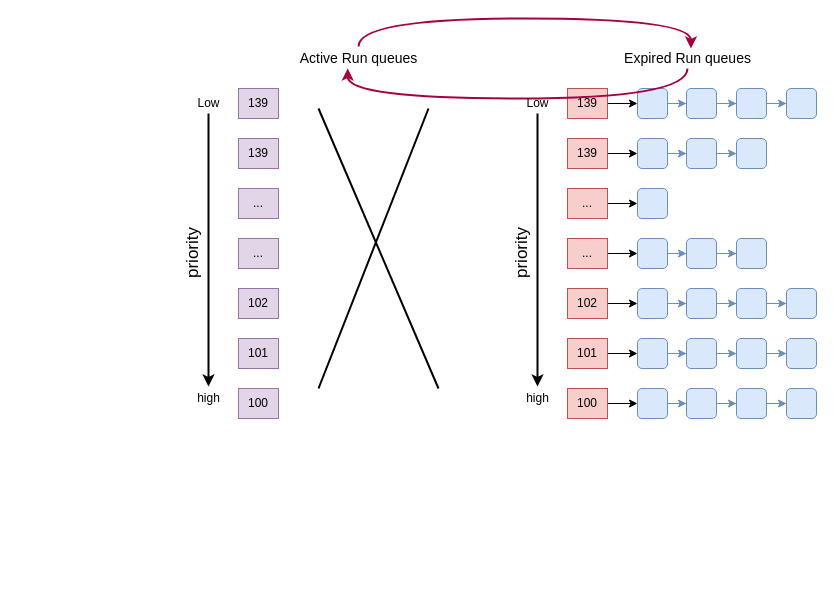
This is Scheduling-Normal-Processes.drawio from estraining/diagram-store, a draw.io file, before an edit. Source tidied: cells renumbered, new cells numbered last; positions are measured from the earlier drawing's top-left corner, leaving out a move shared by most shapes. Both pictures are drawn from the tidied source at 100%, with x=0, y=0 at pixel (158, 18).
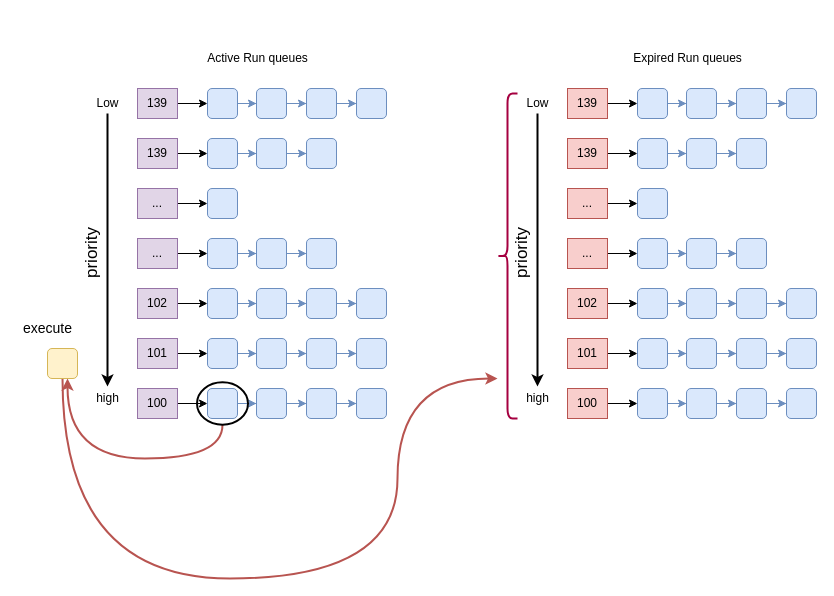
The same page after the edit.

The edit, as a diff of the source:
```diff
@@
+    <mxCell id="76" style="edgeStyle=orthogonalEdgeStyle;rounded=0;jettySize=auto;html=1;entryX=0;entryY=0.5;entryDx=0;entryDy=0;" parent="1" edge="1" source="2" target="78">
+      <mxGeometry relative="1" as="geometry" />
+    </mxCell>
     <mxCell id="2" value="139" style="rounded=0;whiteSpace=wrap;html=1;fillColor=#e1d5e7;strokeColor=#9673a6;" parent="1" vertex="1">
-      <mxGeometry x="80" y="70" width="40" height="30" as="geometry" />
+      <mxGeometry x="-21" y="70" width="40" height="30" as="geometry" />
     </mxCell>
+    <mxCell id="77" style="edgeStyle=orthogonalEdgeStyle;rounded=0;jettySize=auto;html=1;fillColor=#dae8fc;strokeColor=#6c8ebf;" parent="1" edge="1" source="78" target="80">
+      <mxGeometry relative="1" as="geometry" />
+    </mxCell>
+    <mxCell id="78" style="rounded=1;whiteSpace=wrap;html=1;fillColor=#dae8fc;strokeColor=#6c8ebf;" parent="1" vertex="1">
+      <mxGeometry x="49" y="70" width="30" height="30" as="geometry" />
+    </mxCell>
+    <mxCell id="79" style="edgeStyle=orthogonalEdgeStyle;rounded=0;jettySize=auto;html=1;fillColor=#dae8fc;strokeColor=#6c8ebf;" parent="1" edge="1" source="80" target="82">
+      <mxGeometry relative="1" as="geometry" />
+    </mxCell>
+    <mxCell id="80" style="rounded=1;whiteSpace=wrap;html=1;fillColor=#dae8fc;strokeColor=#6c8ebf;" parent="1" vertex="1">
+      <mxGeometry x="98" y="70" width="30" height="30" as="geometry" />
+    </mxCell>
+    <mxCell id="81" style="edgeStyle=orthogonalEdgeStyle;rounded=0;jettySize=auto;html=1;fillColor=#dae8fc;strokeColor=#6c8ebf;" parent="1" edge="1" source="82" target="83">
+      <mxGeometry relative="1" as="geometry" />
+    </mxCell>
+    <mxCell id="82" style="rounded=1;whiteSpace=wrap;html=1;fillColor=#dae8fc;strokeColor=#6c8ebf;" parent="1" vertex="1">
+      <mxGeometry x="148" y="70" width="30" height="30" as="geometry" />
+    </mxCell>
+    <mxCell id="83" style="rounded=1;whiteSpace=wrap;html=1;fillColor=#dae8fc;strokeColor=#6c8ebf;" parent="1" vertex="1">
+      <mxGeometry x="198" y="70" width="30" height="30" as="geometry" />
+    </mxCell>
+    <mxCell id="84" style="edgeStyle=orthogonalEdgeStyle;rounded=0;jettySize=auto;html=1;entryX=0;entryY=0.5;entryDx=0;entryDy=0;" parent="1" edge="1" source="3" target="86">
+      <mxGeometry relative="1" as="geometry" />
+    </mxCell>
     <mxCell id="3" value="139" style="rounded=0;whiteSpace=wrap;html=1;fillColor=#e1d5e7;strokeColor=#9673a6;" parent="1" vertex="1">
-      <mxGeometry x="80" y="120" width="40" height="30" as="geometry" />
+      <mxGeometry x="-21" y="120" width="40" height="30" as="geometry" />
     </mxCell>
+    <mxCell id="85" style="edgeStyle=orthogonalEdgeStyle;rounded=0;jettySize=auto;html=1;fillColor=#dae8fc;strokeColor=#6c8ebf;" parent="1" edge="1" source="86" target="88">
+      <mxGeometry relative="1" as="geometry" />
+    </mxCell>
+    <mxCell id="86" style="rounded=1;whiteSpace=wrap;html=1;fillColor=#dae8fc;strokeColor=#6c8ebf;" parent="1" vertex="1">
+      <mxGeometry x="49" y="120" width="30" height="30" as="geometry" />
+    </mxCell>
+    <mxCell id="87" style="edgeStyle=orthogonalEdgeStyle;rounded=0;jettySize=auto;html=1;fillColor=#dae8fc;strokeColor=#6c8ebf;" parent="1" edge="1" source="88" target="89">
+      <mxGeometry relative="1" as="geometry" />
+    </mxCell>
+    <mxCell id="88" style="rounded=1;whiteSpace=wrap;html=1;fillColor=#dae8fc;strokeColor=#6c8ebf;" parent="1" vertex="1">
+      <mxGeometry x="98" y="120" width="30" height="30" as="geometry" />
+    </mxCell>
+    <mxCell id="89" style="rounded=1;whiteSpace=wrap;html=1;fillColor=#dae8fc;strokeColor=#6c8ebf;" parent="1" vertex="1">
+      <mxGeometry x="148" y="120" width="30" height="30" as="geometry" />
+    </mxCell>
+    <mxCell id="90" style="edgeStyle=orthogonalEdgeStyle;rounded=0;jettySize=auto;html=1;entryX=0;entryY=0.5;entryDx=0;entryDy=0;" parent="1" edge="1" source="4" target="91">
+      <mxGeometry relative="1" as="geometry" />
+    </mxCell>
     <mxCell id="4" value="..." style="rounded=0;whiteSpace=wrap;html=1;fillColor=#e1d5e7;strokeColor=#9673a6;" parent="1" vertex="1">
-      <mxGeometry x="80" y="170" width="40" height="30" as="geometry" />
+      <mxGeometry x="-21" y="170" width="40" height="30" as="geometry" />
     </mxCell>
+    <mxCell id="91" style="rounded=1;whiteSpace=wrap;html=1;fillColor=#dae8fc;strokeColor=#6c8ebf;" parent="1" vertex="1">
+      <mxGeometry x="49" y="170" width="30" height="30" as="geometry" />
+    </mxCell>
+    <mxCell id="92" style="edgeStyle=orthogonalEdgeStyle;rounded=0;jettySize=auto;html=1;entryX=0;entryY=0.5;entryDx=0;entryDy=0;" parent="1" edge="1" source="5" target="94">
+      <mxGeometry relative="1" as="geometry" />
+    </mxCell>
     <mxCell id="5" value="..." style="rounded=0;whiteSpace=wrap;html=1;fillColor=#e1d5e7;strokeColor=#9673a6;" parent="1" vertex="1">
-      <mxGeometry x="80" y="220" width="40" height="30" as="geometry" />
+      <mxGeometry x="-21" y="220" width="40" height="30" as="geometry" />
     </mxCell>
+    <mxCell id="93" style="edgeStyle=orthogonalEdgeStyle;rounded=0;jettySize=auto;html=1;fillColor=#dae8fc;strokeColor=#6c8ebf;" parent="1" edge="1" source="94" target="96">
+      <mxGeometry relative="1" as="geometry" />
+    </mxCell>
+    <mxCell id="94" style="rounded=1;whiteSpace=wrap;html=1;fillColor=#dae8fc;strokeColor=#6c8ebf;" parent="1" vertex="1">
+      <mxGeometry x="49" y="220" width="30" height="30" as="geometry" />
+    </mxCell>
+    <mxCell id="95" style="edgeStyle=orthogonalEdgeStyle;rounded=0;jettySize=auto;html=1;fillColor=#dae8fc;strokeColor=#6c8ebf;" parent="1" edge="1" source="96" target="97">
+      <mxGeometry relative="1" as="geometry" />
+    </mxCell>
+    <mxCell id="96" style="rounded=1;whiteSpace=wrap;html=1;fillColor=#dae8fc;strokeColor=#6c8ebf;" parent="1" vertex="1">
+      <mxGeometry x="98" y="220" width="30" height="30" as="geometry" />
+    </mxCell>
+    <mxCell id="97" style="rounded=1;whiteSpace=wrap;html=1;fillColor=#dae8fc;strokeColor=#6c8ebf;" parent="1" vertex="1">
+      <mxGeometry x="148" y="220" width="30" height="30" as="geometry" />
+    </mxCell>
+    <mxCell id="98" style="edgeStyle=orthogonalEdgeStyle;rounded=0;jettySize=auto;html=1;entryX=0;entryY=0.5;entryDx=0;entryDy=0;" parent="1" edge="1" source="6" target="100">
+      <mxGeometry relative="1" as="geometry" />
+    </mxCell>
     <mxCell id="6" value="102" style="rounded=0;whiteSpace=wrap;html=1;fillColor=#e1d5e7;strokeColor=#9673a6;" parent="1" vertex="1">
-      <mxGeometry x="80" y="270" width="40" height="30" as="geometry" />
+      <mxGeometry x="-21" y="270" width="40" height="30" as="geometry" />
     </mxCell>
+    <mxCell id="99" style="edgeStyle=orthogonalEdgeStyle;rounded=0;jettySize=auto;html=1;fillColor=#dae8fc;strokeColor=#6c8ebf;" parent="1" edge="1" source="100" target="102">
+      <mxGeometry relative="1" as="geometry" />
+    </mxCell>
+    <mxCell id="100" style="rounded=1;whiteSpace=wrap;html=1;fillColor=#dae8fc;strokeColor=#6c8ebf;" parent="1" vertex="1">
+      <mxGeometry x="49" y="270" width="30" height="30" as="geometry" />
+    </mxCell>
+    <mxCell id="101" style="edgeStyle=orthogonalEdgeStyle;rounded=0;jettySize=auto;html=1;fillColor=#dae8fc;strokeColor=#6c8ebf;" parent="1" edge="1" source="102" target="104">
+      <mxGeometry relative="1" as="geometry" />
+    </mxCell>
+    <mxCell id="102" style="rounded=1;whiteSpace=wrap;html=1;fillColor=#dae8fc;strokeColor=#6c8ebf;" parent="1" vertex="1">
+      <mxGeometry x="98" y="270" width="30" height="30" as="geometry" />
+    </mxCell>
+    <mxCell id="103" style="edgeStyle=orthogonalEdgeStyle;rounded=0;jettySize=auto;html=1;fillColor=#dae8fc;strokeColor=#6c8ebf;" parent="1" edge="1" source="104" target="105">
+      <mxGeometry relative="1" as="geometry" />
+    </mxCell>
+    <mxCell id="104" style="rounded=1;whiteSpace=wrap;html=1;fillColor=#dae8fc;strokeColor=#6c8ebf;" parent="1" vertex="1">
+      <mxGeometry x="148" y="270" width="30" height="30" as="geometry" />
+    </mxCell>
+    <mxCell id="105" style="rounded=1;whiteSpace=wrap;html=1;fillColor=#dae8fc;strokeColor=#6c8ebf;" parent="1" vertex="1">
+      <mxGeometry x="198" y="270" width="30" height="30" as="geometry" />
+    </mxCell>
+    <mxCell id="106" style="edgeStyle=orthogonalEdgeStyle;rounded=0;jettySize=auto;html=1;entryX=0;entryY=0.5;entryDx=0;entryDy=0;" parent="1" edge="1" source="7" target="108">
+      <mxGeometry relative="1" as="geometry" />
+    </mxCell>
     <mxCell id="7" value="101" style="rounded=0;whiteSpace=wrap;html=1;fillColor=#e1d5e7;strokeColor=#9673a6;" parent="1" vertex="1">
-      <mxGeometry x="80" y="320" width="40" height="30" as="geometry" />
+      <mxGeometry x="-21" y="320" width="40" height="30" as="geometry" />
     </mxCell>
+    <mxCell id="107" style="edgeStyle=orthogonalEdgeStyle;rounded=0;jettySize=auto;html=1;fillColor=#dae8fc;strokeColor=#6c8ebf;" parent="1" edge="1" source="108" target="110">
+      <mxGeometry relative="1" as="geometry" />
+    </mxCell>
+    <mxCell id="108" style="rounded=1;whiteSpace=wrap;html=1;fillColor=#dae8fc;strokeColor=#6c8ebf;" parent="1" vertex="1">
+      <mxGeometry x="49" y="320" width="30" height="30" as="geometry" />
+    </mxCell>
+    <mxCell id="109" style="edgeStyle=orthogonalEdgeStyle;rounded=0;jettySize=auto;html=1;fillColor=#dae8fc;strokeColor=#6c8ebf;" parent="1" edge="1" source="110" target="112">
+      <mxGeometry relative="1" as="geometry" />
+    </mxCell>
+    <mxCell id="110" style="rounded=1;whiteSpace=wrap;html=1;fillColor=#dae8fc;strokeColor=#6c8ebf;" parent="1" vertex="1">
+      <mxGeometry x="98" y="320" width="30" height="30" as="geometry" />
+    </mxCell>
+    <mxCell id="111" style="edgeStyle=orthogonalEdgeStyle;rounded=0;jettySize=auto;html=1;fillColor=#dae8fc;strokeColor=#6c8ebf;" parent="1" edge="1" source="112" target="113">
+      <mxGeometry relative="1" as="geometry" />
+    </mxCell>
+    <mxCell id="112" style="rounded=1;whiteSpace=wrap;html=1;fillColor=#dae8fc;strokeColor=#6c8ebf;" parent="1" vertex="1">
+      <mxGeometry x="148" y="320" width="30" height="30" as="geometry" />
+    </mxCell>
+    <mxCell id="113" style="rounded=1;whiteSpace=wrap;html=1;fillColor=#dae8fc;strokeColor=#6c8ebf;" parent="1" vertex="1">
+      <mxGeometry x="198" y="320" width="30" height="30" as="geometry" />
+    </mxCell>
+    <mxCell id="114" style="edgeStyle=orthogonalEdgeStyle;rounded=0;jettySize=auto;html=1;entryX=0;entryY=0.5;entryDx=0;entryDy=0;" parent="1" edge="1" source="8" target="116">
+      <mxGeometry relative="1" as="geometry" />
+    </mxCell>
     <mxCell id="8" value="100" style="rounded=0;whiteSpace=wrap;html=1;fillColor=#e1d5e7;strokeColor=#9673a6;" parent="1" vertex="1">
-      <mxGeometry x="80" y="370" width="40" height="30" as="geometry" />
+      <mxGeometry x="-21" y="370" width="40" height="30" as="geometry" />
     </mxCell>
-    <mxCell id="9" style="edgeStyle=orthogonalEdgeStyle;curved=1;rounded=0;jettySize=auto;html=1;entryX=0.525;entryY=0;entryDx=0;entryDy=0;entryPerimeter=0;strokeWidth=2;exitX=0.5;exitY=-0.1;exitDx=0;exitDy=0;exitPerimeter=0;fillColor=#d80073;strokeColor=#A50040;" parent="1" edge="1" source="10" target="69">
-      <mxGeometry relative="1" as="geometry">
-        <Array as="points">
-          <mxPoint x="200" />
-          <mxPoint x="532" />
-        </Array>
-      </mxGeometry>
-    </mxCell>
+    <mxCell id="115" style="edgeStyle=orthogonalEdgeStyle;rounded=0;jettySize=auto;html=1;fillColor=#dae8fc;strokeColor=#6c8ebf;" parent="1" edge="1" source="116" target="118">
+      <mxGeometry relative="1" as="geometry" />
+    </mxCell>
+    <mxCell id="116" style="rounded=1;whiteSpace=wrap;html=1;fillColor=#dae8fc;strokeColor=#6c8ebf;" parent="1" vertex="1">
+      <mxGeometry x="49" y="370" width="30" height="30" as="geometry" />
+    </mxCell>
+    <mxCell id="117" style="edgeStyle=orthogonalEdgeStyle;rounded=0;jettySize=auto;html=1;fillColor=#dae8fc;strokeColor=#6c8ebf;" parent="1" edge="1" source="118" target="120">
+      <mxGeometry relative="1" as="geometry" />
+    </mxCell>
+    <mxCell id="118" style="rounded=1;whiteSpace=wrap;html=1;fillColor=#dae8fc;strokeColor=#6c8ebf;" parent="1" vertex="1">
+      <mxGeometry x="98" y="370" width="30" height="30" as="geometry" />
+    </mxCell>
+    <mxCell id="119" style="edgeStyle=orthogonalEdgeStyle;rounded=0;jettySize=auto;html=1;fillColor=#dae8fc;strokeColor=#6c8ebf;" parent="1" edge="1" source="120" target="121">
+      <mxGeometry relative="1" as="geometry" />
+    </mxCell>
+    <mxCell id="120" style="rounded=1;whiteSpace=wrap;html=1;fillColor=#dae8fc;strokeColor=#6c8ebf;" parent="1" vertex="1">
+      <mxGeometry x="148" y="370" width="30" height="30" as="geometry" />
+    </mxCell>
+    <mxCell id="121" style="rounded=1;whiteSpace=wrap;html=1;fillColor=#dae8fc;strokeColor=#6c8ebf;" parent="1" vertex="1">
+      <mxGeometry x="198" y="370" width="30" height="30" as="geometry" />
+    </mxCell>
-    <mxCell id="10" value="&lt;font style=&quot;font-size: 14px&quot;&gt;Active Run queues&lt;/font&gt;" style="text;html=1;align=center;verticalAlign=middle;points=[];" parent="1" vertex="1">
-      <mxGeometry x="135" y="30" width="130" height="20" as="geometry" />
+    <mxCell id="10" value="Active Run queues" style="text;html=1;align=center;verticalAlign=middle;points=[];" parent="1" vertex="1">
+      <mxGeometry x="39" y="30" width="120" height="20" as="geometry" />
     </mxCell>
@@
     <mxCell id="12" value="Low" style="text;html=1;align=center;verticalAlign=middle;points=[];" parent="1" vertex="1">
-      <mxGeometry x="30" y="75" width="40" height="20" as="geometry" />
+      <mxGeometry x="-71" y="75" width="40" height="20" as="geometry" />
     </mxCell>
     <mxCell id="13" value="high" style="text;html=1;align=center;verticalAlign=middle;points=[];" parent="1" vertex="1">
-      <mxGeometry x="30" y="370" width="40" height="20" as="geometry" />
+      <mxGeometry x="-71" y="370" width="40" height="20" as="geometry" />
     </mxCell>
     <mxCell id="14" value="&lt;font style=&quot;font-size: 17px&quot;&gt;priority&lt;/font&gt;" style="text;html=1;align=center;verticalAlign=middle;rotation=270;" parent="1" vertex="1">
-      <mxGeometry y="225" width="70" height="20" as="geometry" />
+      <mxGeometry x="-101" y="225" width="70" height="20" as="geometry" />
     </mxCell>
@@
-    <mxCell id="68" style="edgeStyle=orthogonalEdgeStyle;curved=1;rounded=0;jettySize=auto;html=1;entryX=0.417;entryY=1;entryDx=0;entryDy=0;entryPerimeter=0;strokeWidth=2;fillColor=#d80073;strokeColor=#A50040;" parent="1" edge="1" source="69" target="10">
-      <mxGeometry relative="1" as="geometry">
-        <Array as="points">
-          <mxPoint x="529" y="80" />
-          <mxPoint x="190" y="80" />
-        </Array>
-      </mxGeometry>
-    </mxCell>
-    <mxCell id="69" value="&lt;font style=&quot;font-size: 14px&quot;&gt;Expired Run queues&lt;/font&gt;" style="text;html=1;align=center;verticalAlign=middle;points=[];" parent="1" vertex="1">
-      <mxGeometry x="459" y="30" width="140" height="20" as="geometry" />
+    <mxCell id="69" value="Expired Run queues" style="text;html=1;align=center;verticalAlign=middle;points=[];" parent="1" vertex="1">
+      <mxGeometry x="469" y="30" width="120" height="20" as="geometry" />
     </mxCell>
@@
-    <mxCell id="74" style="endArrow=none;html=1;strokeWidth=2;" parent="1" edge="1">
-      <mxGeometry relative="1" as="geometry">
-        <mxPoint x="160" y="370" as="sourcePoint" />
-        <mxPoint x="270" y="90" as="targetPoint" />
-      </mxGeometry>
-    </mxCell>
-    <mxCell id="75" style="endArrow=none;html=1;strokeWidth=2;" parent="1" edge="1">
-      <mxGeometry relative="1" as="geometry">
-        <mxPoint x="280" y="370" as="sourcePoint" />
-        <mxPoint x="160" y="90" as="targetPoint" />
-      </mxGeometry>
-    </mxCell>
+    <mxCell id="122" style="edgeStyle=orthogonalEdgeStyle;rounded=0;jettySize=auto;html=1;strokeWidth=2;curved=1;fillColor=#f8cecc;strokeColor=#b85450;" parent="1" edge="1" source="123">
+      <mxGeometry relative="1" as="geometry">
+        <mxPoint x="-91" y="360" as="targetPoint" />
+        <Array as="points">
+          <mxPoint x="64" y="440" />
+          <mxPoint x="-91" y="440" />
+        </Array>
+      </mxGeometry>
+    </mxCell>
+    <mxCell id="123" style="ellipse;whiteSpace=wrap;html=1;fillColor=none;strokeWidth=2;" parent="1" vertex="1">
+      <mxGeometry x="38.5" y="363.8" width="51" height="42.5" as="geometry" />
+    </mxCell>
+    <mxCell id="124" style="edgeStyle=orthogonalEdgeStyle;curved=1;rounded=0;jettySize=auto;html=1;strokeWidth=2;fillColor=#f8cecc;strokeColor=#b85450;" parent="1" edge="1" source="125">
+      <mxGeometry relative="1" as="geometry">
+        <mxPoint x="339" y="360" as="targetPoint" />
+        <Array as="points">
+          <mxPoint x="-96" y="560" />
+          <mxPoint x="239" y="560" />
+          <mxPoint x="239" y="360" />
+        </Array>
+      </mxGeometry>
+    </mxCell>
+    <mxCell id="125" style="rounded=1;whiteSpace=wrap;html=1;fillColor=#fff2cc;strokeColor=#d6b656;" parent="1" vertex="1">
+      <mxGeometry x="-111" y="330" width="30" height="30" as="geometry" />
+    </mxCell>
+    <mxCell id="126" value="&lt;font style=&quot;font-size: 14px&quot;&gt;execute&lt;/font&gt;" style="text;html=1;align=center;verticalAlign=middle;" parent="1" vertex="1">
+      <mxGeometry x="-141" y="300" width="60" height="20" as="geometry" />
+    </mxCell>
+    <mxCell id="127" style="shape=curlyBracket;whiteSpace=wrap;html=1;rounded=1;strokeWidth=2;fillColor=#d80073;strokeColor=#A50040;fontColor=#ffffff;" parent="1" vertex="1">
+      <mxGeometry x="339" y="75" width="20" height="325" as="geometry" />
+    </mxCell>
```
